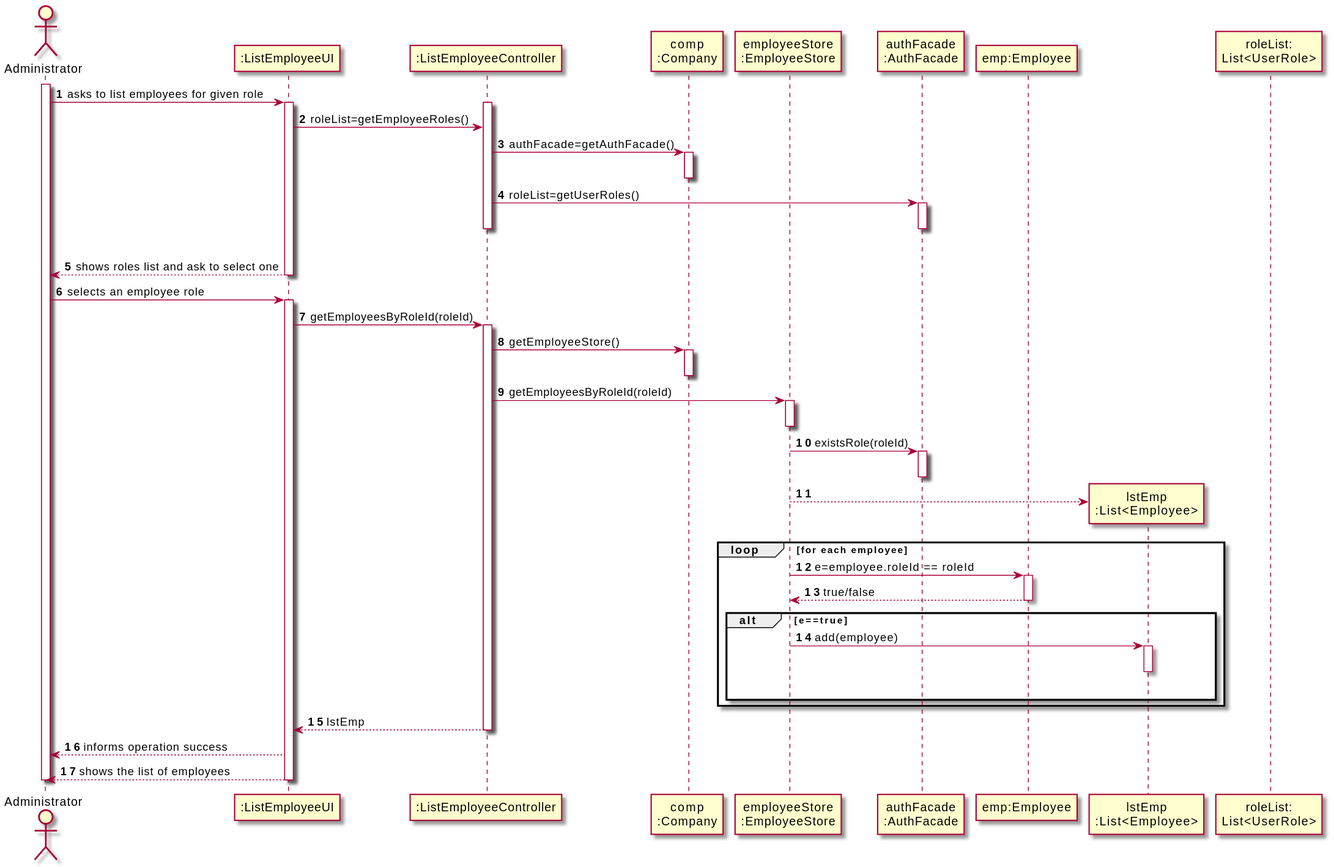
miseEnPlace-i/lapr2 keeps this PlantUML diagram as docs/SprintB/US11/SD/US11_SD.svg. Above is the earlier version.
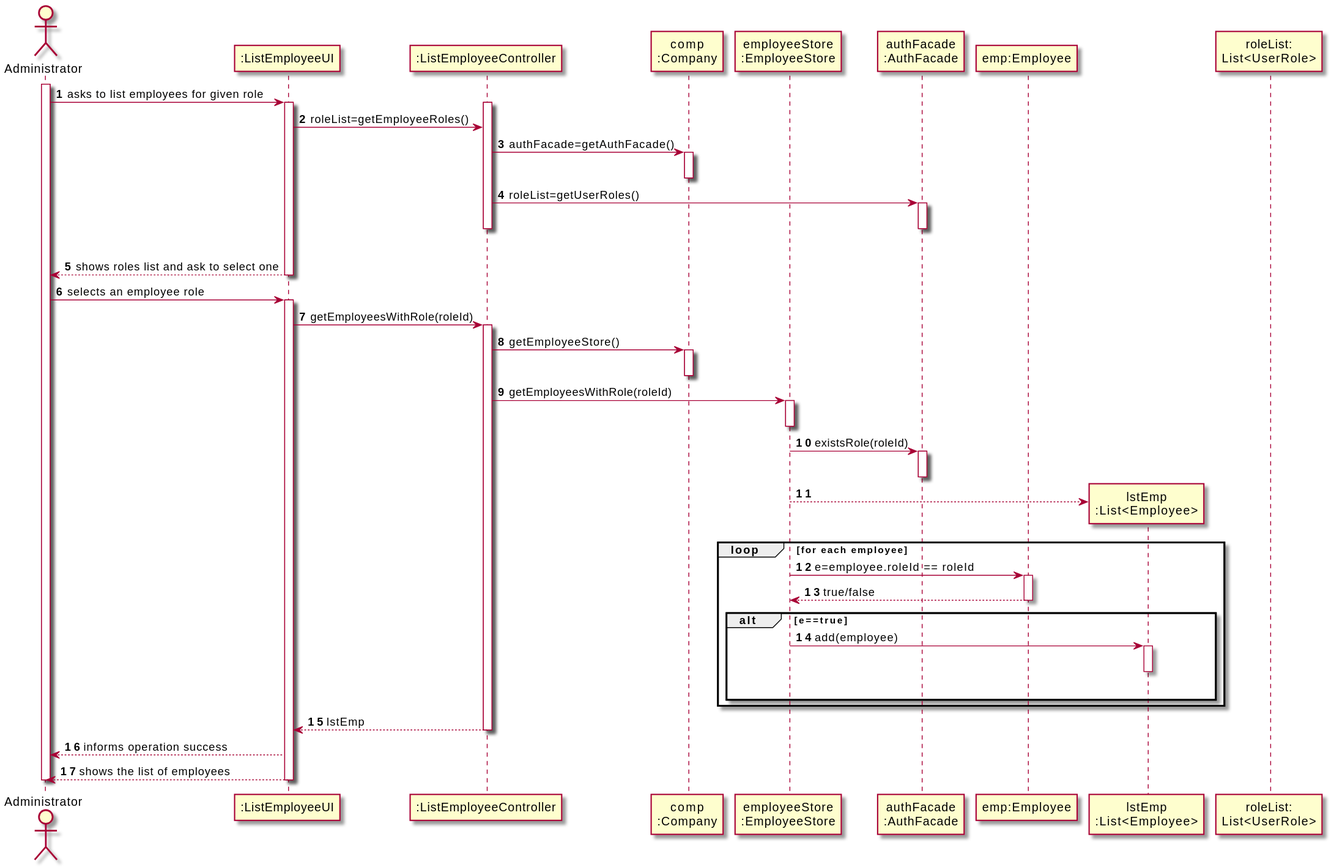
The same diagram one commit later.

What changed in the source:
```diff
@@ -8,7 +8,6 @@
 participant "employeeStore\n:EmployeeStore" as EMPS
 participant "authFacade\n:AuthFacade" as AUTH
 participant "emp:Employee" as EMP
-
 
 activate ADM
 ADM -> UI : asks to list employees for given role
@@ -31,13 +30,13 @@
 ADM -> UI : selects an employee role
 activate UI
 
-UI -> CTRL : getEmployeesByRoleId(roleId)
+UI -> CTRL : getEmployeesWithRole(roleId)
 activate CTRL
 
 CTRL -> COMP: getEmployeeStore()
 activate COMP
 deactivate COMP
-CTRL -> EMPS: getEmployeesByRoleId(roleId)
+CTRL -> EMPS: getEmployeesWithRole(roleId)
 activate EMPS
 deactivate EMPS
 EMPS -> AUTH: existsRole(roleId)
```
